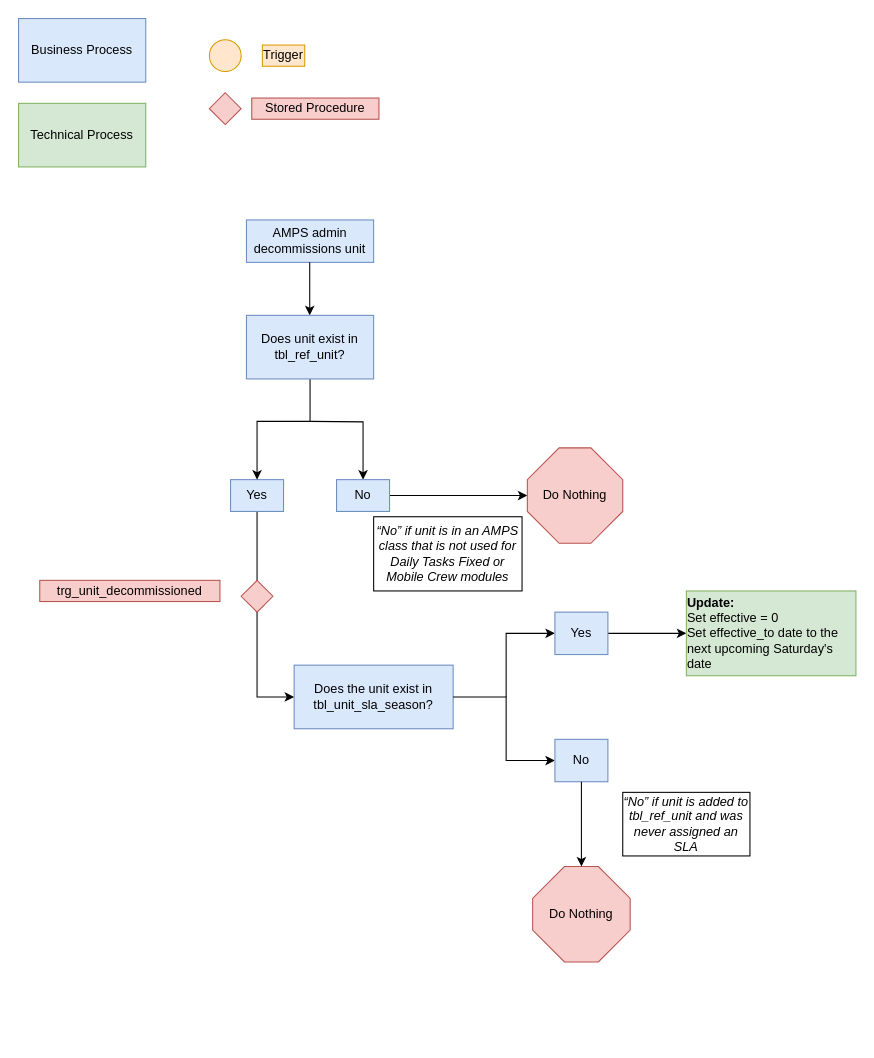
Earlier version of the draw.io diagram images/trg_unit_decommissioned.drawio (NYC-Parks/SLADB). Source tidied: cells renumbered, new cells numbered last; positions are measured from the earlier drawing's top-left corner, leaving out a move shared by most shapes. Both pictures are drawn from the tidied source at 106%, with x=0, y=0 at pixel (18, 18).
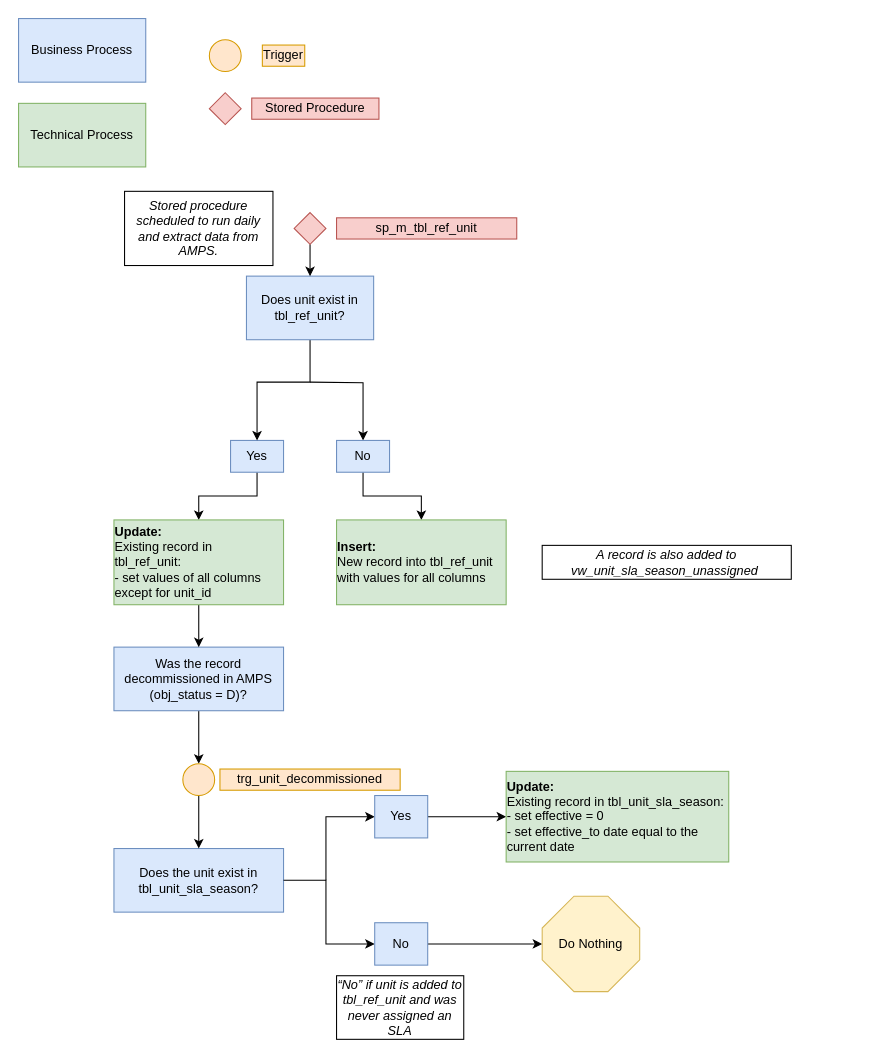
The same diagram, later.

Commit message:
Updated diagram to add sp_m_tbl_ref_unit procedure

Diff of the diagram source:
```diff
@@
+    <mxCell id="31" style="edgeStyle=orthogonalEdgeStyle;rounded=0;jettySize=auto;html=1;exitX=0.5;exitY=1;exitDx=0;exitDy=0;entryX=0.5;entryY=0;entryDx=0;entryDy=0;" parent="1" edge="1" source="2" target="42">
+      <mxGeometry relative="1" as="geometry" />
+    </mxCell>
-    <mxCell id="2" value="AMPS admin decommissions unit" style="rounded=0;whiteSpace=wrap;html=1;fontSize=12;glass=0;strokeWidth=1;shadow=0;fillColor=#dae8fc;strokeColor=#6c8ebf;" parent="1" vertex="1">
-      <mxGeometry x="215" y="190" width="120" height="40" as="geometry" />
+    <mxCell id="2" value="Was the record decommissioned in AMPS (obj_status = D)?" style="rounded=0;whiteSpace=wrap;html=1;fontSize=12;glass=0;strokeWidth=1;shadow=0;fillColor=#dae8fc;strokeColor=#6c8ebf;" parent="1" vertex="1">
+      <mxGeometry x="90" y="593" width="160" height="60" as="geometry" />
     </mxCell>
-    <mxCell id="3" style="endArrow=classic;html=1;" parent="1" edge="1">
-      <mxGeometry relative="1" as="geometry">
-        <mxPoint x="274.7" y="230" as="sourcePoint" />
-        <mxPoint x="274.7" y="280" as="targetPoint" />
-      </mxGeometry>
-    </mxCell>
@@
     <mxCell id="10" style="edgeStyle=orthogonalEdgeStyle;rounded=0;jettySize=auto;html=1;entryX=0.5;entryY=0;entryDx=0;entryDy=0;" parent="1" edge="1" target="14">
       <mxGeometry relative="1" as="geometry">
-        <mxPoint x="275" y="380" as="sourcePoint" />
+        <mxPoint x="275" y="343" as="sourcePoint" />
       </mxGeometry>
     </mxCell>
-    <mxCell id="11" style="edgeStyle=orthogonalEdgeStyle;rounded=0;jettySize=auto;html=1;exitX=0.5;exitY=1;exitDx=0;exitDy=0;entryX=0;entryY=0.5;entryDx=0;entryDy=0;" parent="1" edge="1" source="12" target="20">
-      <mxGeometry relative="1" as="geometry">
-        <Array as="points">
-          <mxPoint x="225" y="640" />
-        </Array>
-      </mxGeometry>
-    </mxCell>
+    <mxCell id="32" style="edgeStyle=orthogonalEdgeStyle;rounded=0;jettySize=auto;html=1;exitX=0.5;exitY=1;exitDx=0;exitDy=0;entryX=0.5;entryY=0;entryDx=0;entryDy=0;" parent="1" edge="1" source="12" target="39">
+      <mxGeometry relative="1" as="geometry" />
+    </mxCell>
     <mxCell id="12" value="Yes" style="rounded=0;whiteSpace=wrap;html=1;fillColor=#dae8fc;strokeColor=#6c8ebf;" parent="1" vertex="1">
-      <mxGeometry x="200" y="435" width="50" height="30" as="geometry" />
+      <mxGeometry x="200" y="398" width="50" height="30" as="geometry" />
     </mxCell>
-    <mxCell id="13" style="edgeStyle=orthogonalEdgeStyle;rounded=0;jettySize=auto;html=1;exitX=1;exitY=0.5;exitDx=0;exitDy=0;entryX=0;entryY=0.5;entryDx=0;entryDy=0;entryPerimeter=0;" parent="1" edge="1" source="14" target="19">
-      <mxGeometry relative="1" as="geometry" />
-    </mxCell>
+    <mxCell id="33" style="edgeStyle=orthogonalEdgeStyle;rounded=0;jettySize=auto;html=1;exitX=0.5;exitY=1;exitDx=0;exitDy=0;entryX=0.5;entryY=0;entryDx=0;entryDy=0;" parent="1" edge="1" source="14" target="40">
+      <mxGeometry relative="1" as="geometry" />
+    </mxCell>
     <mxCell id="14" value="No" style="rounded=0;whiteSpace=wrap;html=1;fillColor=#dae8fc;strokeColor=#6c8ebf;" parent="1" vertex="1">
-      <mxGeometry x="300" y="435" width="50" height="30" as="geometry" />
+      <mxGeometry x="300" y="398" width="50" height="30" as="geometry" />
     </mxCell>
     <mxCell id="15" style="edgeStyle=orthogonalEdgeStyle;rounded=0;jettySize=auto;html=1;entryX=0.5;entryY=0;entryDx=0;entryDy=0;exitX=0.5;exitY=1;exitDx=0;exitDy=0;" parent="1" edge="1" source="18" target="12">
       <mxGeometry relative="1" as="geometry">
         <Array as="points">
-          <mxPoint x="275" y="380" />
-          <mxPoint x="225" y="380" />
+          <mxPoint x="275" y="343" />
+          <mxPoint x="225" y="343" />
         </Array>
       </mxGeometry>
     </mxCell>
-    <mxCell id="16" style="rhombus;whiteSpace=wrap;html=1;align=left;fillColor=#f8cecc;strokeColor=#b85450;" parent="1" vertex="1">
-      <mxGeometry x="210" y="530" width="30" height="30" as="geometry" />
-    </mxCell>
-    <mxCell id="17" value="trg_unit_decommissioned" style="text;html=1;strokeColor=#b85450;fillColor=#f8cecc;align=center;verticalAlign=middle;whiteSpace=wrap;rounded=0;" parent="1" vertex="1">
-      <mxGeometry x="20" y="530" width="170" height="20" as="geometry" />
+    <mxCell id="17" value="trg_unit_decommissioned" style="text;html=1;strokeColor=#d79b00;fillColor=#ffe6cc;align=center;verticalAlign=middle;whiteSpace=wrap;rounded=0;" parent="1" vertex="1">
+      <mxGeometry x="190" y="708" width="170" height="20" as="geometry" />
     </mxCell>
     <mxCell id="18" value="Does unit exist in tbl_ref_unit?" style="rounded=0;whiteSpace=wrap;html=1;fillColor=#dae8fc;strokeColor=#6c8ebf;" parent="1" vertex="1">
-      <mxGeometry x="215" y="280" width="120" height="60" as="geometry" />
+      <mxGeometry x="215" y="243" width="120" height="60" as="geometry" />
     </mxCell>
-    <mxCell id="19" value="Do Nothing" style="whiteSpace=wrap;html=1;shape=mxgraph.basic.octagon2;align=center;verticalAlign=middle;dx=15;fillColor=#f8cecc;strokeColor=#b85450;" parent="1" vertex="1">
-      <mxGeometry x="480" y="405" width="90" height="90" as="geometry" />
-    </mxCell>
     <mxCell id="20" value="Does the unit exist in tbl_unit_sla_season?&lt;br&gt;" style="rounded=0;whiteSpace=wrap;html=1;fillColor=#dae8fc;strokeColor=#6c8ebf;" parent="1" vertex="1">
-      <mxGeometry x="260" y="610" width="150" height="60" as="geometry" />
+      <mxGeometry x="90" y="783" width="160" height="60" as="geometry" />
     </mxCell>
     <mxCell id="21" style="endArrow=classic;html=1;rounded=0;edgeStyle=orthogonalEdgeStyle;entryX=0;entryY=0.5;entryDx=0;entryDy=0;" parent="1" edge="1" source="20" target="25">
       <mxGeometry relative="1" as="geometry">
         <Array as="points">
-          <mxPoint x="460" y="640" />
-          <mxPoint x="460" y="700" />
+          <mxPoint x="290" y="813" />
+          <mxPoint x="290" y="873" />
         </Array>
       </mxGeometry>
     </mxCell>
     <mxCell id="22" style="endArrow=classic;html=1;edgeStyle=orthogonalEdgeStyle;rounded=0;entryX=0;entryY=0.5;entryDx=0;entryDy=0;" parent="1" edge="1" target="24">
       <mxGeometry relative="1" as="geometry">
-        <mxPoint x="460" y="640" as="sourcePoint" />
+        <mxPoint x="290" y="813" as="sourcePoint" />
         <Array as="points">
-          <mxPoint x="460" y="580" />
+          <mxPoint x="290" y="753" />
         </Array>
       </mxGeometry>
     </mxCell>
@@
     <mxCell id="24" value="Yes" style="rounded=0;whiteSpace=wrap;html=1;fillColor=#dae8fc;strokeColor=#6c8ebf;" parent="1" vertex="1">
-      <mxGeometry x="506" y="560" width="50" height="40" as="geometry" />
+      <mxGeometry x="336" y="733" width="50" height="40" as="geometry" />
     </mxCell>
+    <mxCell id="27" style="edgeStyle=orthogonalEdgeStyle;rounded=0;jettySize=auto;html=1;exitX=1;exitY=0.5;exitDx=0;exitDy=0;entryX=0;entryY=0.5;entryDx=0;entryDy=0;entryPerimeter=0;" parent="1" edge="1" source="25" target="26">
+      <mxGeometry relative="1" as="geometry" />
+    </mxCell>
     <mxCell id="25" value="No" style="rounded=0;whiteSpace=wrap;html=1;fillColor=#dae8fc;strokeColor=#6c8ebf;" parent="1" vertex="1">
-      <mxGeometry x="506" y="680" width="50" height="40" as="geometry" />
+      <mxGeometry x="336" y="853" width="50" height="40" as="geometry" />
     </mxCell>
-    <mxCell id="26" value="Do Nothing" style="whiteSpace=wrap;html=1;shape=mxgraph.basic.octagon2;align=center;verticalAlign=middle;dx=15;fillColor=#f8cecc;strokeColor=#b85450;" parent="1" vertex="1">
-      <mxGeometry x="485" y="800" width="92" height="90" as="geometry" />
+    <mxCell id="26" value="Do Nothing" style="whiteSpace=wrap;html=1;shape=mxgraph.basic.octagon2;align=center;verticalAlign=middle;dx=15;fillColor=#fff2cc;strokeColor=#d6b656;" parent="1" vertex="1">
+      <mxGeometry x="494" y="828" width="92" height="90" as="geometry" />
     </mxCell>
-    <mxCell id="27" style="endArrow=classic;html=1;rounded=0;entryX=0.5;entryY=0;entryDx=0;entryDy=0;entryPerimeter=0;" parent="1" edge="1" source="25" target="26">
-      <mxGeometry relative="1" as="geometry" />
-    </mxCell>
-    <mxCell id="28" value="&lt;div style=&quot;text-align: left&quot;&gt;&lt;b&gt;Update:&lt;/b&gt;&lt;/div&gt;&lt;div style=&quot;text-align: left&quot;&gt;Set effective = 0&lt;/div&gt;&lt;div style=&quot;text-align: left&quot;&gt;Set effective_to date to the next upcoming Saturday's date&lt;/div&gt;" style="rounded=0;whiteSpace=wrap;html=1;fillColor=#d5e8d4;strokeColor=#82b366;" parent="1" vertex="1">
-      <mxGeometry x="630" y="540" width="160" height="80" as="geometry" />
+    <mxCell id="28" value="&lt;div style=&quot;text-align: left&quot;&gt;&lt;b&gt;Update:&lt;/b&gt;&lt;/div&gt;&lt;div style=&quot;text-align: left&quot;&gt;Existing record in tbl_unit_sla_season:&lt;/div&gt;&lt;div style=&quot;text-align: left&quot;&gt;- set effective = 0&lt;/div&gt;&lt;div style=&quot;text-align: left&quot;&gt;- set effective_to date equal to the current date&lt;/div&gt;" style="rounded=0;whiteSpace=wrap;html=1;fillColor=#d5e8d4;strokeColor=#82b366;" parent="1" vertex="1">
+      <mxGeometry x="460" y="710.2" width="210" height="85.5" as="geometry" />
     </mxCell>
-    <mxCell id="29" value="&lt;span id=&quot;docs-internal-guid-cab402d8-7fff-18fc-b851-d093ed2a1515&quot;&gt;&lt;span style=&quot;font-family: &amp;#34;arial&amp;#34; ; background-color: transparent ; vertical-align: baseline&quot;&gt;&lt;font style=&quot;font-size: 12px&quot;&gt;&lt;i&gt;“No” if unit is in an AMPS class that is not used for Daily Tasks Fixed or Mobile Crew modules&lt;/i&gt;&lt;/font&gt;&lt;/span&gt;&lt;/span&gt;" style="rounded=0;whiteSpace=wrap;html=1;fillColor=none;" parent="1" vertex="1">
-      <mxGeometry x="335" y="470" width="140" height="70" as="geometry" />
+    <mxCell id="29" value="&lt;span id=&quot;docs-internal-guid-cab402d8-7fff-18fc-b851-d093ed2a1515&quot;&gt;&lt;span style=&quot;font-family: &amp;#34;arial&amp;#34; ; background-color: transparent ; vertical-align: baseline&quot;&gt;&lt;font style=&quot;font-size: 12px&quot;&gt;&lt;i&gt;A record is also added to vw_unit_sla_season_unassigned&amp;nbsp;&lt;/i&gt;&lt;/font&gt;&lt;/span&gt;&lt;/span&gt;" style="rounded=0;whiteSpace=wrap;html=1;fillColor=none;" parent="1" vertex="1">
+      <mxGeometry x="494" y="497" width="235" height="32" as="geometry" />
     </mxCell>
     <mxCell id="30" value="&lt;span id=&quot;docs-internal-guid-5fe48b0e-7fff-a765-be8b-5b3e4f1d802c&quot;&gt;&lt;span style=&quot;font-family: &amp;quot;arial&amp;quot; ; background-color: transparent ; vertical-align: baseline&quot;&gt;&lt;font style=&quot;font-size: 12px&quot;&gt;“No” if unit is added to tbl_ref_unit and was never assigned an SLA&lt;/font&gt;&lt;/span&gt;&lt;/span&gt;" style="rounded=0;whiteSpace=wrap;html=1;fillColor=none;fontStyle=2;" parent="1" vertex="1">
-      <mxGeometry x="570" y="730" width="120" height="60" as="geometry" />
+      <mxGeometry x="300" y="903" width="120" height="60" as="geometry" />
     </mxCell>
+    <mxCell id="34" style="edgeStyle=orthogonalEdgeStyle;rounded=0;jettySize=auto;html=1;exitX=0.5;exitY=1;exitDx=0;exitDy=0;entryX=0.5;entryY=0;entryDx=0;entryDy=0;" parent="1" edge="1" source="35" target="18">
+      <mxGeometry relative="1" as="geometry" />
+    </mxCell>
+    <mxCell id="35" style="rhombus;whiteSpace=wrap;html=1;align=left;fillColor=#f8cecc;strokeColor=#b85450;" parent="1" vertex="1">
+      <mxGeometry x="260" y="183" width="30" height="30" as="geometry" />
+    </mxCell>
+    <mxCell id="36" value="sp_m_tbl_ref_unit" style="text;html=1;strokeColor=#b85450;fillColor=#f8cecc;align=center;verticalAlign=middle;whiteSpace=wrap;rounded=0;" parent="1" vertex="1">
+      <mxGeometry x="300" y="188" width="170" height="20" as="geometry" />
+    </mxCell>
+    <mxCell id="37" value="&lt;font face=&quot;arial&quot;&gt;&lt;i&gt;Stored procedure scheduled to run daily and extract data from AMPS.&lt;/i&gt;&lt;/font&gt;" style="rounded=0;whiteSpace=wrap;html=1;fillColor=none;" parent="1" vertex="1">
+      <mxGeometry x="100" y="163" width="140" height="70" as="geometry" />
+    </mxCell>
+    <mxCell id="38" style="edgeStyle=orthogonalEdgeStyle;rounded=0;jettySize=auto;html=1;exitX=0.5;exitY=1;exitDx=0;exitDy=0;entryX=0.5;entryY=0;entryDx=0;entryDy=0;" parent="1" edge="1" source="39" target="2">
+      <mxGeometry relative="1" as="geometry" />
+    </mxCell>
+    <mxCell id="39" value="&lt;div style=&quot;text-align: left&quot;&gt;&lt;b&gt;Update:&lt;/b&gt;&lt;/div&gt;&lt;div style=&quot;text-align: left&quot;&gt;Existing record in tbl_ref_unit:&lt;/div&gt;&lt;div style=&quot;text-align: left&quot;&gt;- set values of all columns except for unit_id&lt;/div&gt;" style="rounded=0;whiteSpace=wrap;html=1;fillColor=#d5e8d4;strokeColor=#82b366;" parent="1" vertex="1">
+      <mxGeometry x="90" y="473" width="160" height="80" as="geometry" />
+    </mxCell>
+    <mxCell id="40" value="&lt;div style=&quot;text-align: left&quot;&gt;&lt;b&gt;Insert:&lt;/b&gt;&lt;/div&gt;&lt;div style=&quot;text-align: left&quot;&gt;New record into tbl_ref_unit with values for all columns&lt;/div&gt;" style="rounded=0;whiteSpace=wrap;html=1;fillColor=#d5e8d4;strokeColor=#82b366;" parent="1" vertex="1">
+      <mxGeometry x="300" y="473" width="160" height="80" as="geometry" />
+    </mxCell>
+    <mxCell id="41" style="edgeStyle=orthogonalEdgeStyle;rounded=0;jettySize=auto;html=1;exitX=0.5;exitY=1;exitDx=0;exitDy=0;entryX=0.5;entryY=0;entryDx=0;entryDy=0;" parent="1" edge="1" source="42" target="20">
+      <mxGeometry relative="1" as="geometry" />
+    </mxCell>
+    <mxCell id="42" style="ellipse;whiteSpace=wrap;html=1;fillColor=#ffe6cc;strokeColor=#d79b00;" parent="1" vertex="1">
+      <mxGeometry x="155" y="703" width="30" height="30" as="geometry" />
+    </mxCell>
```
